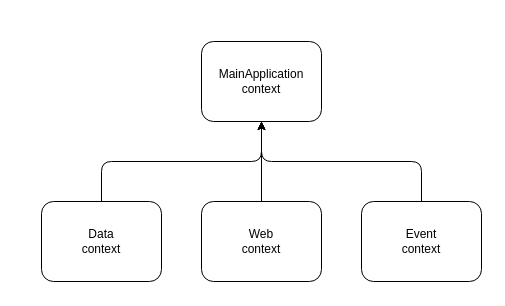
The draw.io diagram diagrams/main-data-web-event-contexts-hierarchy.drawio in nikolamicic21/spring-boot-multiple-hierarchical-contexts, before the edit. Source tidied: cells renumbered, new cells numbered last; positions are measured from the earlier drawing's top-left corner, leaving out a move shared by most shapes. Both pictures are drawn from the tidied source at 100%, with x=0, y=0 at pixel (41, 41). Pictures stored in the file or linked from it are replaced by grey dashed boxes.
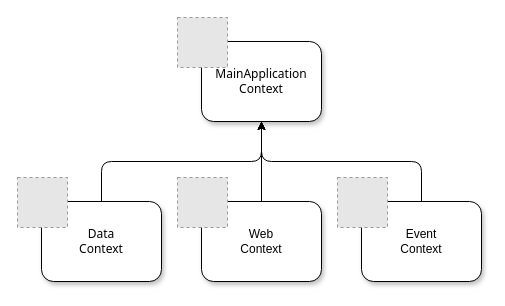
After the change.

Diff of the diagram source:
```diff
@@
 <mxGraphModel>
   <root>
     <mxCell id="0" />
     <mxCell id="1" parent="0" />
-    <mxCell id="2" value="MainApplication context" style="rounded=1;whiteSpace=wrap;html=1;" parent="1" vertex="1">
+    <mxCell id="2" value="&lt;font face=&quot;Tahoma&quot;&gt;MainApplication&lt;br&gt;Context&lt;/font&gt;" style="rounded=1;whiteSpace=wrap;html=1;shadow=1;" parent="1" vertex="1">
       <mxGeometry x="160" width="120" height="80" as="geometry" />
     </mxCell>
-    <mxCell id="3" value="Data&lt;br&gt;context" style="rounded=1;whiteSpace=wrap;html=1;" parent="1" vertex="1">
+    <mxCell id="3" value="&lt;font face=&quot;Tahoma&quot;&gt;Data&lt;br&gt;Context&lt;/font&gt;" style="rounded=1;whiteSpace=wrap;html=1;shadow=1;" parent="1" vertex="1">
       <mxGeometry y="160" width="120" height="80" as="geometry" />
     </mxCell>
-    <mxCell id="4" value="Web&lt;br&gt;context" style="rounded=1;whiteSpace=wrap;html=1;" parent="1" vertex="1">
+    <mxCell id="4" value="Web&lt;br&gt;Context" style="rounded=1;whiteSpace=wrap;html=1;shadow=1;" parent="1" vertex="1">
       <mxGeometry x="160" y="160" width="120" height="80" as="geometry" />
     </mxCell>
     <mxCell id="5" style="endArrow=classic;html=1;exitX=0.5;exitY=0;exitDx=0;exitDy=0;entryX=0.5;entryY=1;entryDx=0;entryDy=0;" parent="1" edge="1" source="3" target="2">
       <mxGeometry relative="1" as="geometry">
         <Array as="points">
           <mxPoint x="60" y="120" />
           <mxPoint x="220" y="120" />
         </Array>
       </mxGeometry>
     </mxCell>
     <mxCell id="6" style="endArrow=classic;html=1;exitX=0.5;exitY=0;exitDx=0;exitDy=0;entryX=0.5;entryY=1;entryDx=0;entryDy=0;" parent="1" edge="1" source="4" target="2">
       <mxGeometry relative="1" as="geometry" />
     </mxCell>
-    <mxCell id="7" value="Event&lt;br&gt;context" style="rounded=1;whiteSpace=wrap;html=1;" parent="1" vertex="1">
+    <mxCell id="7" value="Event&lt;br&gt;Context" style="rounded=1;whiteSpace=wrap;html=1;shadow=1;" parent="1" vertex="1">
       <mxGeometry x="320" y="160" width="120" height="80" as="geometry" />
     </mxCell>
     <mxCell id="8" style="endArrow=classic;html=1;exitX=0.5;exitY=0;exitDx=0;exitDy=0;" parent="1" edge="1" source="7">
       <mxGeometry relative="1" as="geometry">
         <mxPoint x="220" y="80" as="targetPoint" />
         <Array as="points">
           <mxPoint x="380" y="120" />
           <mxPoint x="220" y="120" />
         </Array>
       </mxGeometry>
     </mxCell>
+    <mxCell id="9" style="fillColor=#E6E6E6;strokeColor=#999999;dashed=1;verticalLabelPosition=bottom;verticalAlign=top;" parent="1" vertex="1">
+      <mxGeometry x="136" y="-24" width="50" height="50" as="geometry" />
+    </mxCell>
+    <mxCell id="10" style="fillColor=#E6E6E6;strokeColor=#999999;dashed=1;verticalLabelPosition=bottom;verticalAlign=top;" parent="1" vertex="1">
+      <mxGeometry x="-24" y="136" width="50" height="50" as="geometry" />
+    </mxCell>
+    <mxCell id="11" style="fillColor=#E6E6E6;strokeColor=#999999;dashed=1;verticalLabelPosition=bottom;verticalAlign=top;" parent="1" vertex="1">
+      <mxGeometry x="136" y="136" width="50" height="50" as="geometry" />
+    </mxCell>
+    <mxCell id="12" style="fillColor=#E6E6E6;strokeColor=#999999;dashed=1;verticalLabelPosition=bottom;verticalAlign=top;" parent="1" vertex="1">
+      <mxGeometry x="296" y="136" width="50" height="50" as="geometry" />
+    </mxCell>
   </root>
 </mxGraphModel>
```
